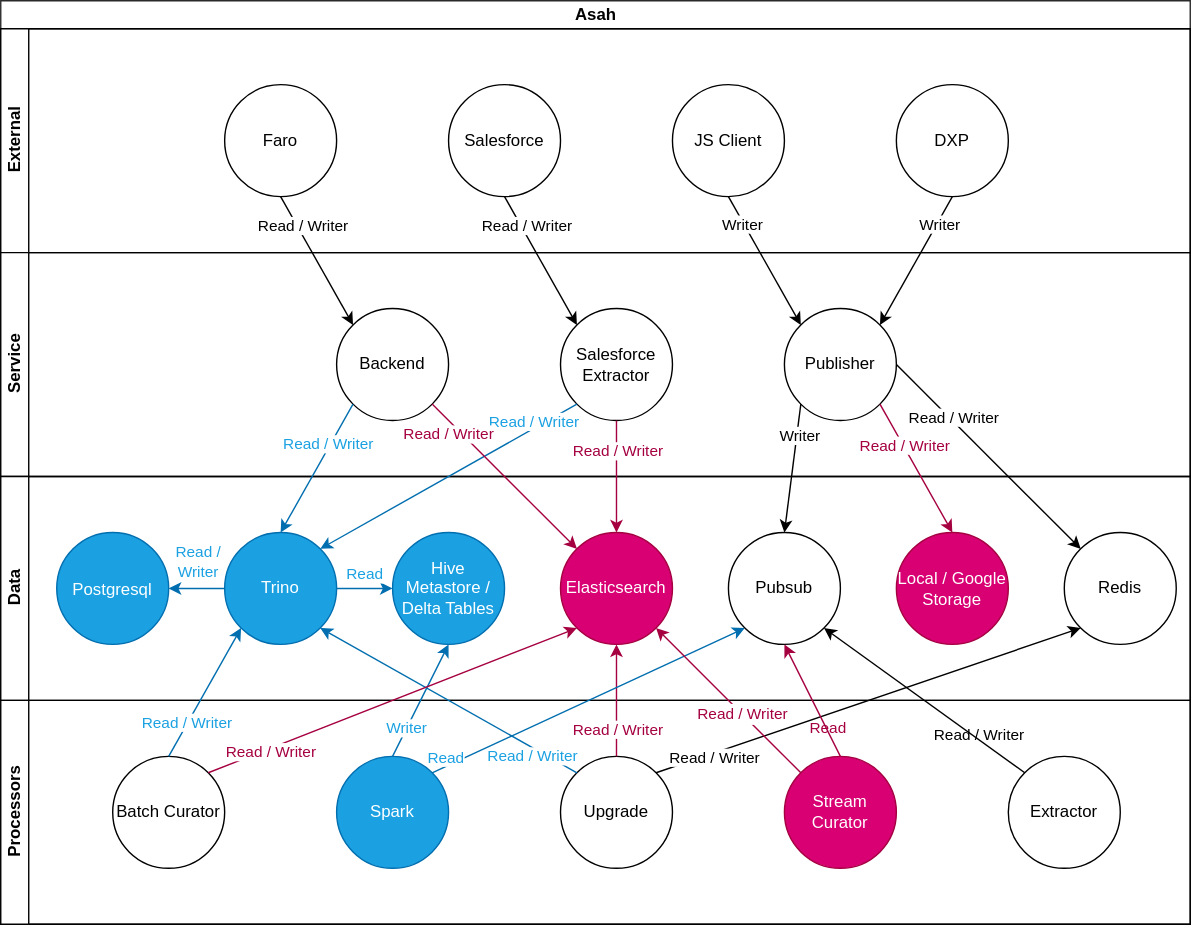
The draw.io diagram modules/dxp/apps/osb/osb-asah/asah.drawio.svg in brandonyee333/test, before a commit. Source tidied: cells renumbered, new cells last; positions are measured from the earlier drawing's top-left corner, leaving out a move shared by most shapes.
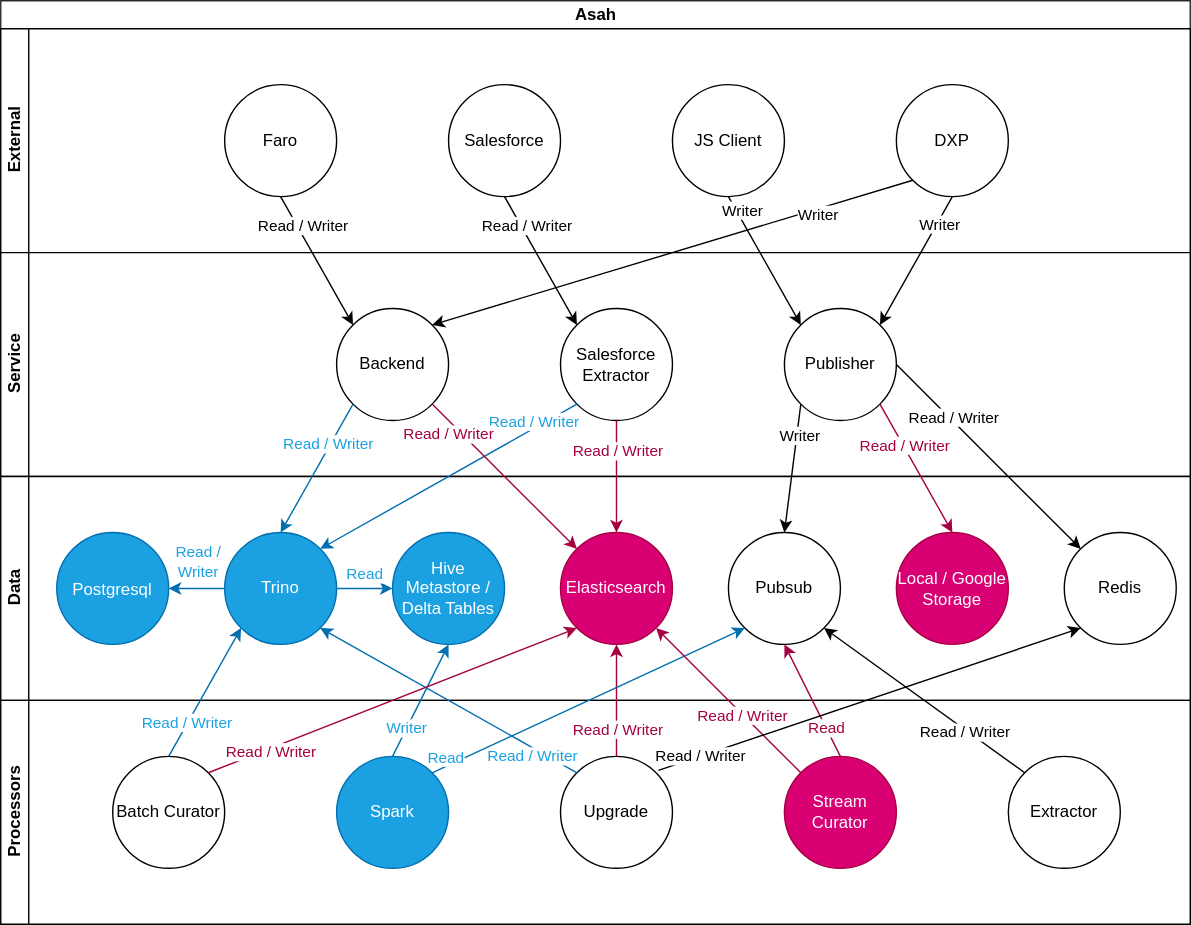
After the change.

Commit message:
LRAC-7997 Update diagrams

The edit, as a diff of the source:
```diff
@@ -2,10 +2,10 @@
   <root>
     <mxCell id="0" />
     <mxCell id="1" parent="0" />
-    <mxCell id="2" value="Asah" style="swimlane;html=1;horizontal=1;startSize=20;swimlaneFillColor=none;strokeColor=#2A2A2A;fillColor=none;" parent="1" vertex="1">
+    <mxCell id="2" value="Asah" style="swimlane;html=1;horizontal=1;startSize=20;swimlaneFillColor=#ffffff;strokeColor=#2A2A2A;" parent="1" vertex="1">
       <mxGeometry width="850" height="660" as="geometry" />
     </mxCell>
-    <mxCell id="3" value="External" style="swimlane;html=1;startSize=20;horizontal=0;" parent="2" vertex="1">
+    <mxCell id="3" value="External" style="swimlane;html=1;startSize=20;horizontal=0;swimlaneFillColor=#ffffff;" parent="2" vertex="1">
       <mxGeometry y="20" width="850" height="160" as="geometry" />
     </mxCell>
     <mxCell id="4" value="Faro" style="ellipse;whiteSpace=wrap;html=1;direction=west;" parent="3" vertex="1">
@@ -20,7 +20,7 @@
     <mxCell id="7" value="DXP" style="ellipse;whiteSpace=wrap;html=1;" parent="3" vertex="1">
       <mxGeometry x="640" y="40" width="80" height="80" as="geometry" />
     </mxCell>
-    <mxCell id="8" value="Service" style="swimlane;html=1;startSize=20;horizontal=0;" parent="2" vertex="1">
+    <mxCell id="8" value="Service" style="swimlane;html=1;startSize=20;horizontal=0;swimlaneFillColor=#ffffff;" parent="2" vertex="1">
       <mxGeometry y="180" width="850" height="160" as="geometry" />
     </mxCell>
     <mxCell id="9" value="Publisher" style="ellipse;whiteSpace=wrap;html=1;direction=south;" parent="8" vertex="1">
@@ -32,7 +32,7 @@
     <mxCell id="11" value="Backend" style="ellipse;whiteSpace=wrap;html=1;direction=west;" parent="8" vertex="1">
       <mxGeometry x="240" y="40" width="80" height="80" as="geometry" />
     </mxCell>
-    <mxCell id="12" value="Data" style="swimlane;html=1;startSize=20;horizontal=0;" parent="2" vertex="1">
+    <mxCell id="12" value="Data" style="swimlane;html=1;startSize=20;horizontal=0;swimlaneFillColor=#ffffff;" parent="2" vertex="1">
       <mxGeometry y="340" width="850" height="160" as="geometry" />
     </mxCell>
     <mxCell id="13" value="&lt;div style=&quot;line-height: 18px ; font-size: 12px&quot;&gt;Postgresql&lt;/div&gt;" style="ellipse;html=1;fontColor=#ffffff;fontSize=12;fontFamily=Helvetica;fontStyle=0;fillColor=#1ba1e2;strokeColor=#006EAF;labelBackgroundColor=none;labelBorderColor=none;whiteSpace=wrap;" parent="12" vertex="1">
@@ -67,7 +67,7 @@
     <mxCell id="22" value="Read" style="endArrow=none;html=1;entryX=0.5;entryY=0;entryDx=0;entryDy=0;fillColor=#1ba1e2;strokeColor=#006EAF;exitX=0;exitY=0.5;exitDx=0;exitDy=0;startArrow=classic;startFill=1;endFill=0;fontColor=#1BA1E2;" parent="12" edge="1" source="15" target="14">
       <mxGeometry y="-10" relative="1" as="geometry" />
     </mxCell>
-    <mxCell id="23" value="Processors" style="swimlane;html=1;startSize=20;horizontal=0;" parent="2" vertex="1">
+    <mxCell id="23" value="Processors" style="swimlane;html=1;startSize=20;horizontal=0;swimlaneFillColor=#ffffff;" parent="2" vertex="1">
       <mxGeometry y="500" width="850" height="160" as="geometry" />
     </mxCell>
     <mxCell id="24" value="Upgrade" style="ellipse;whiteSpace=wrap;html=1;direction=south;" parent="23" vertex="1">
@@ -98,7 +98,7 @@
     </mxCell>
     <mxCell id="32" value="Writer" style="edgeLabel;html=1;align=center;verticalAlign=middle;" parent="31" vertex="1">
       <mxGeometry x="-0.35" y="-2" relative="1" as="geometry">
-        <mxPoint x="-5" y="-10.6" as="offset" />
+        <mxPoint x="-5" y="-20.6" as="offset" />
       </mxGeometry>
     </mxCell>
     <mxCell id="33" style="endArrow=classic;startArrow=none;html=1;exitX=0.5;exitY=1;exitDx=0;exitDy=0;entryX=0;entryY=1;entryDx=0;entryDy=0;startFill=0;" parent="2" edge="1" source="5" target="10">
@@ -169,14 +169,6 @@
         <mxPoint x="130.1" y="77.2" as="offset" />
       </mxGeometry>
     </mxCell>
-    <mxCell id="51" style="endArrow=none;startArrow=classic;html=1;entryX=0;entryY=0;entryDx=0;entryDy=0;exitX=1;exitY=1;exitDx=0;exitDy=0;endFill=0;" parent="2" edge="1" source="19" target="24">
-      <mxGeometry relative="1" as="geometry" />
-    </mxCell>
-    <mxCell id="52" value="Read / Writer" style="edgeLabel;html=1;align=center;verticalAlign=middle;" parent="51" vertex="1">
-      <mxGeometry x="0.61" y="1" relative="1" as="geometry">
-        <mxPoint x="-17.8" y="7.5" as="offset" />
-      </mxGeometry>
-    </mxCell>
     <mxCell id="53" style="endArrow=none;html=1;fontFamily=Helvetica;fontSize=12;fontColor=#F0F0F0;entryX=0;entryY=0;entryDx=0;entryDy=0;fillColor=#1ba1e2;strokeColor=#006EAF;startArrow=classic;startFill=1;endFill=0;exitX=1;exitY=1;exitDx=0;exitDy=0;" parent="2" edge="1" source="18" target="25">
       <mxGeometry relative="1" as="geometry" />
     </mxCell>
@@ -207,17 +199,6 @@
     <mxCell id="60" value="Read / Writer" style="edgeLabel;html=1;align=center;verticalAlign=middle;fontColor=#1BA1E2;" parent="59" vertex="1">
       <mxGeometry x="-0.49" y="1" relative="1" as="geometry" />
     </mxCell>
-    <mxCell id="61" value="&lt;span style=&quot;font-size: 11px&quot;&gt;Read / Writer&lt;/span&gt;" style="endArrow=classic;startArrow=none;html=1;fontFamily=Helvetica;fontSize=12;fillColor=#d80073;exitX=0;exitY=0;exitDx=0;exitDy=0;entryX=1;entryY=1;entryDx=0;entryDy=0;startFill=0;strokeColor=#A50040;fontColor=#A50040;" parent="2" edge="1" source="27" target="16">
-      <mxGeometry x="-0.19" relative="1" as="geometry" />
-    </mxCell>
-    <mxCell id="62" style="endArrow=none;html=1;fontFamily=Helvetica;fontSize=12;fontColor=#F0F0F0;exitX=1;exitY=0.5;exitDx=0;exitDy=0;fillColor=#d80073;strokeColor=#A50040;entryX=0.5;entryY=0;entryDx=0;entryDy=0;startArrow=classic;startFill=1;endFill=0;" parent="2" edge="1" source="18" target="27">
-      <mxGeometry relative="1" as="geometry" />
-    </mxCell>
-    <mxCell id="63" value="Read" style="edgeLabel;html=1;align=center;verticalAlign=middle;fontColor=#A50040;labelBackgroundColor=none;" parent="62" vertex="1">
-      <mxGeometry x="0.29" y="1" relative="1" as="geometry">
-        <mxPoint x="3.2" y="8.6" as="offset" />
-      </mxGeometry>
-    </mxCell>
     <mxCell id="64" style="endArrow=classic;html=1;exitX=1;exitY=0.5;exitDx=0;exitDy=0;entryX=0.5;entryY=0;entryDx=0;entryDy=0;fillColor=#d80073;strokeColor=#A50040;" parent="2" edge="1" source="10" target="16">
       <mxGeometry relative="1" as="geometry" />
     </mxCell>
@@ -225,16 +206,52 @@
       <mxGeometry x="-0.49" relative="1" as="geometry" />
     </mxCell>
     <mxCell id="66" style="endArrow=classic;html=1;entryX=0;entryY=1;entryDx=0;entryDy=0;exitX=0.5;exitY=0;exitDx=0;exitDy=0;" parent="2" edge="1" source="9" target="19">
-      <mxGeometry relative="1" as="geometry" />
+      <mxGeometry x="-0.15" y="107" relative="1" as="geometry" />
     </mxCell>
     <mxCell id="67" value="Read / Writer" style="edgeLabel;html=1;align=center;verticalAlign=middle;" parent="66" vertex="1">
       <mxGeometry x="-0.41" y="2" relative="1" as="geometry" />
     </mxCell>
+    <mxCell id="70" style="endArrow=classic;html=1;entryX=0;entryY=1;entryDx=0;entryDy=0;exitX=0;exitY=1;exitDx=0;exitDy=0;" parent="2" edge="1" source="7" target="11">
+      <mxGeometry relative="1" as="geometry" />
+    </mxCell>
+    <mxCell id="71" value="Writer" style="edgeLabel;html=1;align=center;verticalAlign=middle;" parent="70" vertex="1">
+      <mxGeometry x="-0.62" y="4" relative="1" as="geometry">
+        <mxPoint x="-3.7" y="0.6" as="offset" />
+      </mxGeometry>
+    </mxCell>
     <mxCell id="68" style="endArrow=classic;html=1;entryX=1;entryY=0;entryDx=0;entryDy=0;exitX=0;exitY=0;exitDx=0;exitDy=0;" parent="2" edge="1" source="28" target="18">
-      <mxGeometry relative="1" as="geometry" />
+      <mxGeometry x="-0.15" y="107" relative="1" as="geometry" />
     </mxCell>
-    <mxCell id="69" value="Read / Writer" style="edgeLabel;html=1;align=center;verticalAlign=middle;labelBackgroundColor=none;" parent="68" vertex="1">
-      <mxGeometry x="-0.51" y="-2" relative="1" as="geometry" />
-    </mxCell>
+    <mxCell id="72" value="Read / Writer" style="edgeLabel;html=1;align=center;verticalAlign=middle;" parent="68" vertex="1">
+      <mxGeometry x="-0.41" y="2" relative="1" as="geometry" />
+    </mxCell>
+    <mxCell id="73" style="endArrow=classic;startArrow=none;html=1;entryX=1;entryY=0.5;entryDx=0;entryDy=0;fillColor=#d80073;strokeColor=#A50040;startFill=0;" parent="2" edge="1" target="18">
+      <mxGeometry relative="1" as="geometry">
+        <mxPoint x="600" y="540" as="sourcePoint" />
+      </mxGeometry>
+    </mxCell>
+    <mxCell id="63" value="Read" style="edgeLabel;html=1;align=center;verticalAlign=middle;fontColor=#A50040;" parent="73" vertex="1">
+      <mxGeometry x="-0.35" y="1" relative="1" as="geometry">
+        <mxPoint x="3.9" y="5.5" as="offset" />
+      </mxGeometry>
+    </mxCell>
+    <mxCell id="61" style="endArrow=classic;startArrow=none;html=1;fillColor=#d80073;strokeColor=#A50040;startFill=0;exitX=0;exitY=0;exitDx=0;exitDy=0;" parent="2" edge="1" source="27" target="16">
+      <mxGeometry relative="1" as="geometry" />
+    </mxCell>
+    <mxCell id="74" value="Read / Writer" style="edgeLabel;html=1;align=center;verticalAlign=middle;fontColor=#A50040;" parent="61" vertex="1">
+      <mxGeometry x="-0.35" y="1" relative="1" as="geometry">
+        <mxPoint x="-7.1" y="-8.5" as="offset" />
+      </mxGeometry>
+    </mxCell>
+    <mxCell id="75" style="endArrow=classic;html=1;entryX=1;entryY=1;entryDx=0;entryDy=0;" parent="2" edge="1" target="19">
+      <mxGeometry x="-0.15" y="107" relative="1" as="geometry">
+        <mxPoint x="470" y="550" as="sourcePoint" />
+      </mxGeometry>
+    </mxCell>
+    <mxCell id="76" value="Read / Writer" style="edgeLabel;html=1;align=center;verticalAlign=middle;" parent="75" vertex="1">
+      <mxGeometry x="-0.41" y="2" relative="1" as="geometry">
+        <mxPoint x="-58.4" y="21.9" as="offset" />
+      </mxGeometry>
+    </mxCell>
   </root>
 </mxGraphModel>
```
